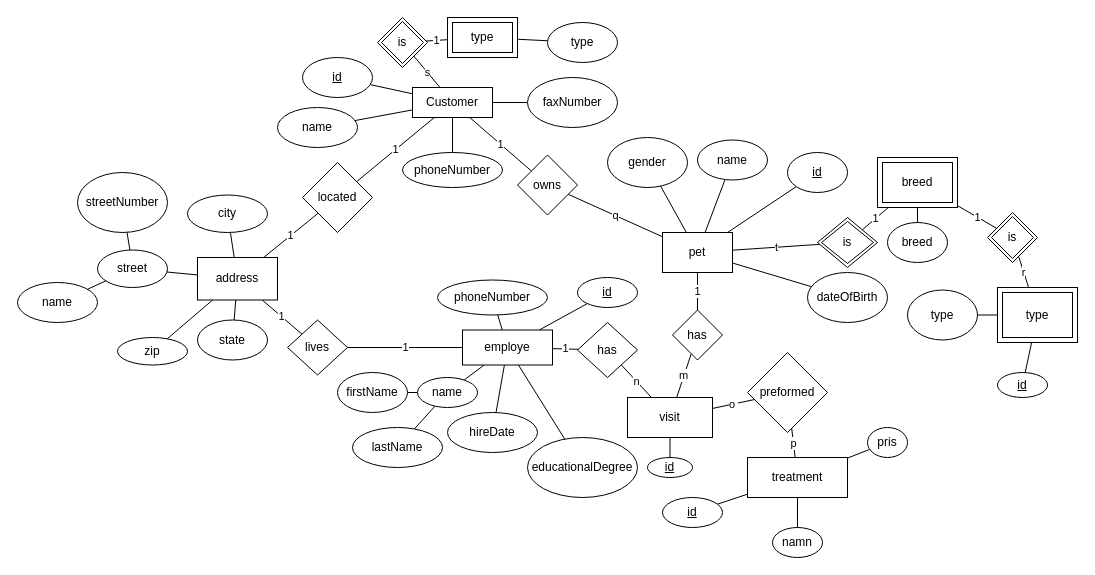
The draw.io diagram webbutveckling/Databaser/Moment2/Untitled Diagram.drawio in EliasEriksson/miun, before the edit. Source tidied: cells renumbered, new cells numbered last; positions are measured from the earlier drawing's top-left corner, leaving out a move shared by most shapes. Both pictures are drawn from the tidied source at 100%, with x=0, y=0 at pixel (17, 17).
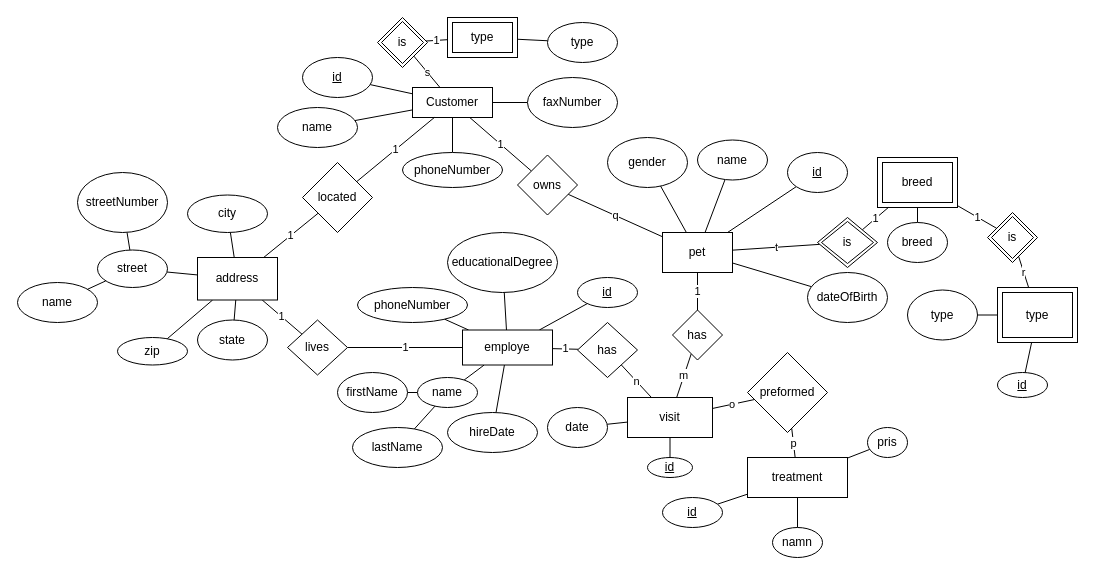
After the change.

The change refers to these unchanged cells:
```xml
<mxCell id="90" value="visit" style="rounded=0;whiteSpace=wrap;html=1;" parent="1" vertex="1">
  <mxGeometry x="610" y="380" width="85" height="40" as="geometry" />
</mxCell>
```

The edit, as a diff of the source:
```diff
@@
     <mxCell id="73" value="educationalDegree" style="ellipse;whiteSpace=wrap;html=1;rounded=0;" parent="1" vertex="1">
-      <mxGeometry x="510" y="420" width="110" height="60" as="geometry" />
+      <mxGeometry x="430" y="215" width="110" height="60" as="geometry" />
     </mxCell>
@@
+    <mxCell id="99" style="edgeStyle=none;jettySize=auto;html=1;endArrow=none;" parent="1" edge="1" source="90" target="100">
+      <mxGeometry relative="1" as="geometry" />
+    </mxCell>
@@
     <mxCell id="96" value="phoneNumber" style="ellipse;whiteSpace=wrap;html=1;" parent="1" vertex="1">
-      <mxGeometry x="420" y="262.5" width="110" height="35" as="geometry" />
+      <mxGeometry x="340" y="270" width="110" height="35" as="geometry" />
     </mxCell>
@@
+    <mxCell id="100" value="date" style="ellipse;whiteSpace=wrap;html=1;" parent="1" vertex="1">
+      <mxGeometry x="530" y="390" width="60" height="40" as="geometry" />
+    </mxCell>
```
